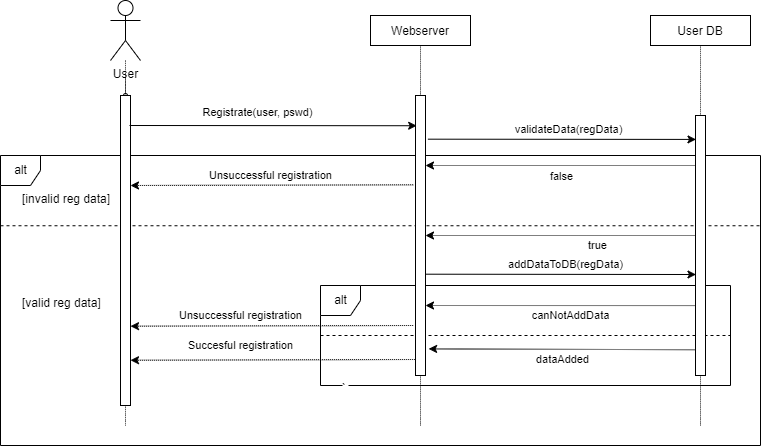
This is Diagrams/sequence/registration.png from rittakos/CreaTeam-ComputerSecurity, a draw.io export, as it was before one commit. Source tidied: cells renumbered, new cells last; positions are measured from the earlier drawing's top-left corner, leaving out a move shared by most shapes.
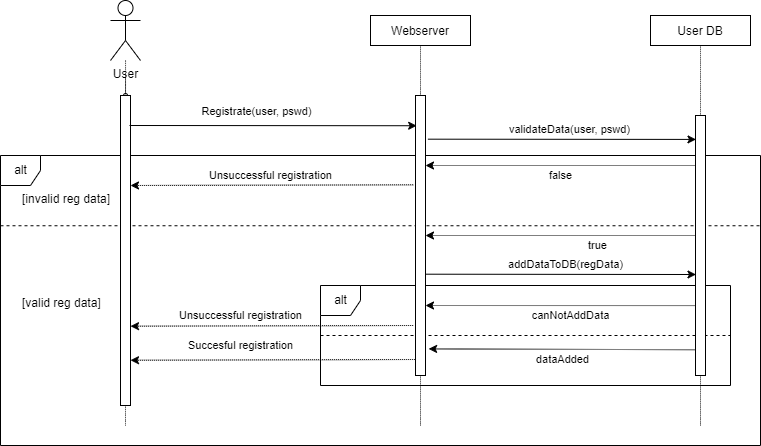
After the change.

The edit, as a diff of the source:
```diff
@@ -8,7 +8,7 @@
     <mxCell id="3" value="alt" style="shape=umlFrame;tabWidth=110;tabHeight=30;tabPosition=left;html=1;boundedLbl=1;labelInHeader=1;width=40;height=30;" parent="2" vertex="1">
       <mxGeometry x="320" y="130" width="410" height="100" as="geometry" />
     </mxCell>
-    <mxCell id="4" value="`" style="line;strokeWidth=1;dashed=1;labelPosition=center;verticalLabelPosition=bottom;align=left;verticalAlign=top;spacingLeft=20;spacingTop=15;" parent="3" vertex="1">
+    <mxCell id="4" style="line;strokeWidth=1;dashed=1;labelPosition=center;verticalLabelPosition=bottom;align=left;verticalAlign=top;spacingLeft=20;spacingTop=15;" parent="3" vertex="1">
       <mxGeometry y="25.6" width="410" height="48.8" as="geometry" />
     </mxCell>
     <mxCell id="5" style="edgeStyle=orthogonalEdgeStyle;rounded=0;orthogonalLoop=1;jettySize=auto;html=1;exitX=0.5;exitY=1;exitDx=0;exitDy=0;dashed=1;dashPattern=1 1;" parent="3" edge="1">
@@ -59,7 +59,7 @@
         <mxPoint x="695" y="235" as="sourcePoint" />
       </mxGeometry>
     </mxCell>
-    <mxCell id="15" value="validateData(regData)" style="endArrow=classic;html=1;rounded=0;entryX=0.048;entryY=0.092;entryDx=0;entryDy=0;entryPerimeter=0;exitX=1.241;exitY=0.156;exitDx=0;exitDy=0;exitPerimeter=0;" parent="1" edge="1" source="26" target="33">
+    <mxCell id="15" value="validateData(user, pswd)" style="endArrow=classic;html=1;rounded=0;entryX=0.048;entryY=0.092;entryDx=0;entryDy=0;entryPerimeter=0;exitX=1.241;exitY=0.156;exitDx=0;exitDy=0;exitPerimeter=0;" parent="1" edge="1" source="26" target="33">
       <mxGeometry x="0.05" y="10" relative="1" as="geometry" />
     </mxCell>
     <mxCell id="16" style="endArrow=classic;html=1;rounded=0;entryX=1;entryY=0.25;entryDx=0;entryDy=0;dashed=1;dashPattern=1 1;" parent="1" edge="1" target="26">
```
